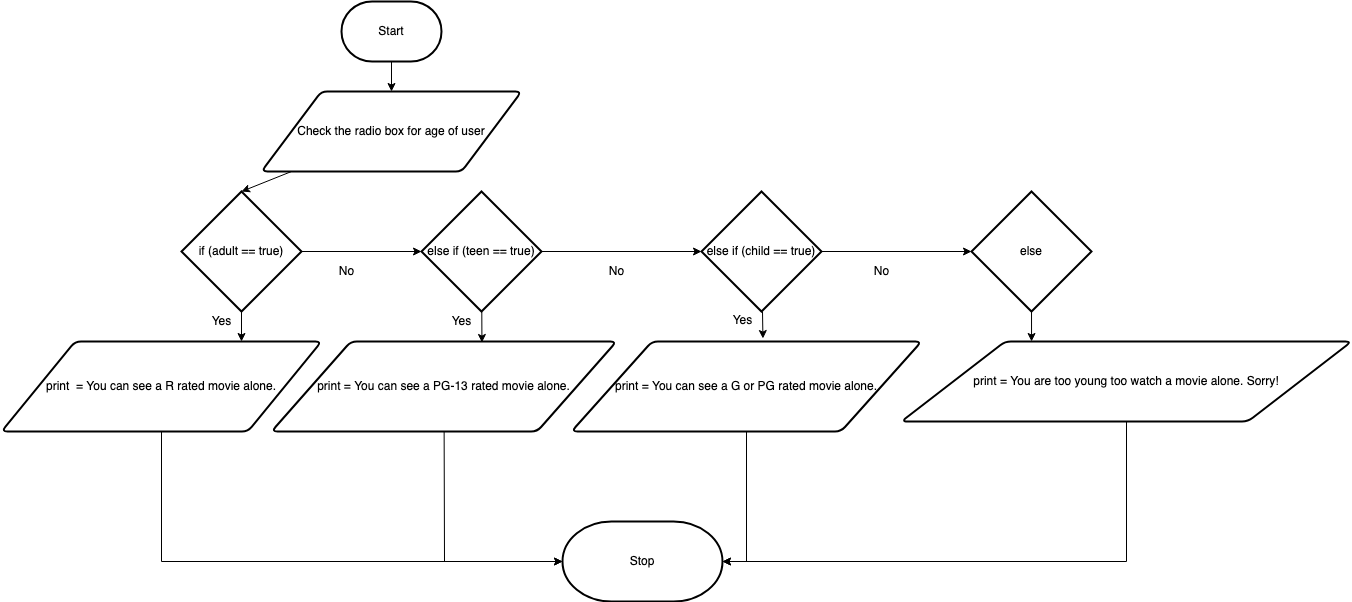
The draw.io diagram design/flow-chart.png in Kenny-Le-281/ICS2O-Unit5-03-HTML, before a commit. Source tidied: cells renumbered, new cells last; positions are measured from the earlier drawing's top-left corner, leaving out a move shared by most shapes. Its diagram source:
```xml
<mxGraphModel>
  <root>
    <mxCell id="0" />
    <mxCell id="1" parent="0" />
    <mxCell id="2" style="edgeStyle=none;html=1;" parent="1" edge="1" source="3" target="5">
      <mxGeometry relative="1" as="geometry" />
    </mxCell>
    <mxCell id="3" value="Start" style="strokeWidth=2;html=1;shape=mxgraph.flowchart.terminator;whiteSpace=wrap;" parent="1" vertex="1">
      <mxGeometry x="340" width="100" height="60" as="geometry" />
    </mxCell>
    <mxCell id="4" style="edgeStyle=none;html=1;entryX=0.5;entryY=0;entryDx=0;entryDy=0;entryPerimeter=0;" parent="1" edge="1" source="5" target="8">
      <mxGeometry relative="1" as="geometry" />
    </mxCell>
    <mxCell id="5" value="Check the radio box for age of user" style="shape=parallelogram;html=1;strokeWidth=2;perimeter=parallelogramPerimeter;whiteSpace=wrap;rounded=1;arcSize=12;size=0.23;" parent="1" vertex="1">
      <mxGeometry x="260" y="90" width="260" height="80" as="geometry" />
    </mxCell>
    <mxCell id="6" style="edgeStyle=none;html=1;entryX=0;entryY=0.5;entryDx=0;entryDy=0;entryPerimeter=0;" parent="1" edge="1" source="8" target="13">
      <mxGeometry relative="1" as="geometry" />
    </mxCell>
    <mxCell id="7" style="edgeStyle=none;html=1;entryX=0.75;entryY=0;entryDx=0;entryDy=0;" parent="1" edge="1" source="8" target="10">
      <mxGeometry relative="1" as="geometry" />
    </mxCell>
    <mxCell id="8" value="if (adult == true)" style="strokeWidth=2;html=1;shape=mxgraph.flowchart.decision;whiteSpace=wrap;" parent="1" vertex="1">
      <mxGeometry x="180" y="190" width="120" height="120" as="geometry" />
    </mxCell>
    <mxCell id="9" style="edgeStyle=none;html=1;entryX=0;entryY=0.5;entryDx=0;entryDy=0;entryPerimeter=0;rounded=0;" parent="1" edge="1" source="10" target="31">
      <mxGeometry relative="1" as="geometry">
        <Array as="points">
          <mxPoint x="160" y="560" />
        </Array>
      </mxGeometry>
    </mxCell>
    <mxCell id="10" value="print&amp;nbsp; = You can see a R rated movie alone." style="shape=parallelogram;html=1;strokeWidth=2;perimeter=parallelogramPerimeter;whiteSpace=wrap;rounded=1;arcSize=12;size=0.23;" parent="1" vertex="1">
      <mxGeometry y="340" width="320" height="90" as="geometry" />
    </mxCell>
    <mxCell id="11" style="edgeStyle=none;html=1;entryX=0.61;entryY=0.011;entryDx=0;entryDy=0;entryPerimeter=0;" parent="1" edge="1" source="13" target="15">
      <mxGeometry relative="1" as="geometry" />
    </mxCell>
    <mxCell id="12" style="edgeStyle=none;html=1;entryX=0;entryY=0.5;entryDx=0;entryDy=0;entryPerimeter=0;" parent="1" edge="1" source="13" target="18">
      <mxGeometry relative="1" as="geometry" />
    </mxCell>
    <mxCell id="13" value="else if (teen == true)" style="strokeWidth=2;html=1;shape=mxgraph.flowchart.decision;whiteSpace=wrap;" parent="1" vertex="1">
      <mxGeometry x="420" y="190" width="120" height="120" as="geometry" />
    </mxCell>
    <mxCell id="14" style="edgeStyle=none;rounded=0;html=1;entryX=0;entryY=0.5;entryDx=0;entryDy=0;entryPerimeter=0;" parent="1" edge="1" source="15" target="31">
      <mxGeometry relative="1" as="geometry">
        <Array as="points">
          <mxPoint x="443" y="560" />
        </Array>
      </mxGeometry>
    </mxCell>
    <mxCell id="15" value="print =&amp;nbsp;You can see a PG-13 rated movie alone." style="shape=parallelogram;html=1;strokeWidth=2;perimeter=parallelogramPerimeter;whiteSpace=wrap;rounded=1;arcSize=12;size=0.23;" parent="1" vertex="1">
      <mxGeometry x="270" y="340" width="345" height="90" as="geometry" />
    </mxCell>
    <mxCell id="16" style="edgeStyle=none;html=1;entryX=0.547;entryY=-0.033;entryDx=0;entryDy=0;entryPerimeter=0;" parent="1" edge="1" source="18" target="20">
      <mxGeometry relative="1" as="geometry" />
    </mxCell>
    <mxCell id="17" style="edgeStyle=none;html=1;" parent="1" edge="1" source="18" target="22">
      <mxGeometry relative="1" as="geometry" />
    </mxCell>
    <mxCell id="18" value="else if (child == true)" style="strokeWidth=2;html=1;shape=mxgraph.flowchart.decision;whiteSpace=wrap;" parent="1" vertex="1">
      <mxGeometry x="700" y="190" width="120" height="120" as="geometry" />
    </mxCell>
    <mxCell id="19" style="edgeStyle=none;rounded=0;html=1;entryX=1;entryY=0.5;entryDx=0;entryDy=0;entryPerimeter=0;" parent="1" edge="1" source="20" target="31">
      <mxGeometry relative="1" as="geometry">
        <Array as="points">
          <mxPoint x="745" y="560" />
        </Array>
      </mxGeometry>
    </mxCell>
    <mxCell id="20" value="print =&amp;nbsp;You can see a G or PG rated movie alone." style="shape=parallelogram;html=1;strokeWidth=2;perimeter=parallelogramPerimeter;whiteSpace=wrap;rounded=1;arcSize=12;size=0.23;" parent="1" vertex="1">
      <mxGeometry x="570" y="340" width="350" height="90" as="geometry" />
    </mxCell>
    <mxCell id="21" style="edgeStyle=none;html=1;entryX=0.289;entryY=0;entryDx=0;entryDy=0;entryPerimeter=0;" parent="1" edge="1" source="22" target="24">
      <mxGeometry relative="1" as="geometry" />
    </mxCell>
    <mxCell id="22" value="else" style="strokeWidth=2;html=1;shape=mxgraph.flowchart.decision;whiteSpace=wrap;" parent="1" vertex="1">
      <mxGeometry x="970" y="190" width="120" height="120" as="geometry" />
    </mxCell>
    <mxCell id="23" style="edgeStyle=none;rounded=0;html=1;entryX=1;entryY=0.5;entryDx=0;entryDy=0;entryPerimeter=0;" parent="1" edge="1" source="24" target="31">
      <mxGeometry relative="1" as="geometry">
        <Array as="points">
          <mxPoint x="1125" y="560" />
        </Array>
      </mxGeometry>
    </mxCell>
    <mxCell id="24" value="print =&amp;nbsp;You are too young too watch a movie alone. Sorry!" style="shape=parallelogram;html=1;strokeWidth=2;perimeter=parallelogramPerimeter;whiteSpace=wrap;rounded=1;arcSize=12;size=0.23;" parent="1" vertex="1">
      <mxGeometry x="900" y="340" width="450" height="80" as="geometry" />
    </mxCell>
    <mxCell id="25" value="Yes" style="text;html=1;align=center;verticalAlign=middle;fillColor=none;strokeColor=none;rounded=0;" parent="1" vertex="1">
      <mxGeometry x="721" y="309" width="40" height="20" as="geometry" />
    </mxCell>
    <mxCell id="26" value="Yes" style="text;html=1;align=center;verticalAlign=middle;fillColor=none;strokeColor=none;rounded=0;" parent="1" vertex="1">
      <mxGeometry x="200" y="310" width="40" height="20" as="geometry" />
    </mxCell>
    <mxCell id="27" value="Yes" style="text;html=1;align=center;verticalAlign=middle;fillColor=none;strokeColor=none;rounded=0;" parent="1" vertex="1">
      <mxGeometry x="440" y="310" width="40" height="20" as="geometry" />
    </mxCell>
    <mxCell id="28" value="No" style="text;html=1;align=center;verticalAlign=middle;fillColor=none;strokeColor=none;rounded=0;" parent="1" vertex="1">
      <mxGeometry x="865" y="260" width="30" height="20" as="geometry" />
    </mxCell>
    <mxCell id="29" value="No" style="text;html=1;align=center;verticalAlign=middle;fillColor=none;strokeColor=none;rounded=0;" parent="1" vertex="1">
      <mxGeometry x="600" y="260" width="30" height="20" as="geometry" />
    </mxCell>
    <mxCell id="30" value="No" style="text;html=1;align=center;verticalAlign=middle;fillColor=none;strokeColor=none;rounded=0;" parent="1" vertex="1">
      <mxGeometry x="330" y="260" width="30" height="20" as="geometry" />
    </mxCell>
    <mxCell id="31" value="Stop" style="strokeWidth=2;html=1;shape=mxgraph.flowchart.terminator;whiteSpace=wrap;" parent="1" vertex="1">
      <mxGeometry x="561" y="520" width="160" height="80" as="geometry" />
    </mxCell>
  </root>
</mxGraphModel>
```
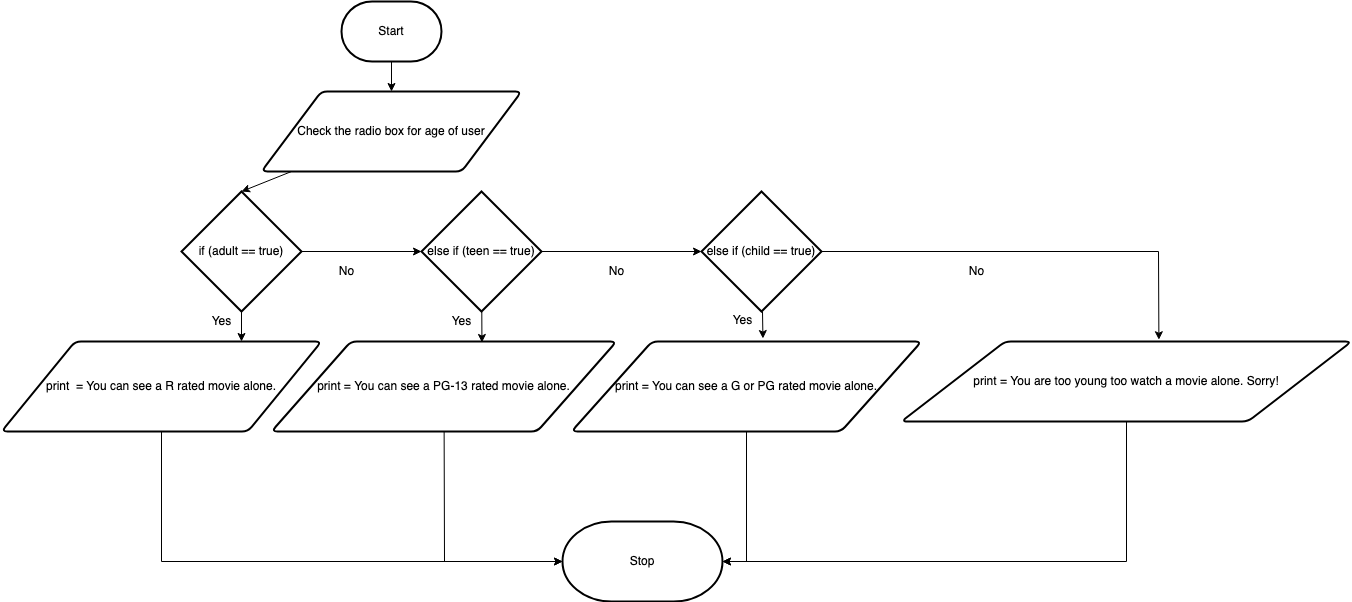
Above is the later version.

Change to the diagram source:
```diff
@@ -55,8 +55,12 @@
     <mxCell id="16" style="edgeStyle=none;html=1;entryX=0.547;entryY=-0.033;entryDx=0;entryDy=0;entryPerimeter=0;" parent="1" edge="1" source="18" target="20">
       <mxGeometry relative="1" as="geometry" />
     </mxCell>
-    <mxCell id="17" style="edgeStyle=none;html=1;" parent="1" edge="1" source="18" target="22">
-      <mxGeometry relative="1" as="geometry" />
+    <mxCell id="17" style="edgeStyle=none;html=1;entryX=0.572;entryY=-0.022;entryDx=0;entryDy=0;entryPerimeter=0;rounded=0;" parent="1" edge="1" source="18" target="24">
+      <mxGeometry relative="1" as="geometry">
+        <Array as="points">
+          <mxPoint x="1157" y="250" />
+        </Array>
+      </mxGeometry>
     </mxCell>
     <mxCell id="18" value="else if (child == true)" style="strokeWidth=2;html=1;shape=mxgraph.flowchart.decision;whiteSpace=wrap;" parent="1" vertex="1">
       <mxGeometry x="700" y="190" width="120" height="120" as="geometry" />
@@ -71,12 +75,6 @@
     <mxCell id="20" value="print =&amp;nbsp;You can see a G or PG rated movie alone." style="shape=parallelogram;html=1;strokeWidth=2;perimeter=parallelogramPerimeter;whiteSpace=wrap;rounded=1;arcSize=12;size=0.23;" parent="1" vertex="1">
       <mxGeometry x="570" y="340" width="350" height="90" as="geometry" />
     </mxCell>
-    <mxCell id="21" style="edgeStyle=none;html=1;entryX=0.289;entryY=0;entryDx=0;entryDy=0;entryPerimeter=0;" parent="1" edge="1" source="22" target="24">
-      <mxGeometry relative="1" as="geometry" />
-    </mxCell>
-    <mxCell id="22" value="else" style="strokeWidth=2;html=1;shape=mxgraph.flowchart.decision;whiteSpace=wrap;" parent="1" vertex="1">
-      <mxGeometry x="970" y="190" width="120" height="120" as="geometry" />
-    </mxCell>
     <mxCell id="23" style="edgeStyle=none;rounded=0;html=1;entryX=1;entryY=0.5;entryDx=0;entryDy=0;entryPerimeter=0;" parent="1" edge="1" source="24" target="31">
       <mxGeometry relative="1" as="geometry">
         <Array as="points">
@@ -97,7 +95,7 @@
       <mxGeometry x="440" y="310" width="40" height="20" as="geometry" />
     </mxCell>
     <mxCell id="28" value="No" style="text;html=1;align=center;verticalAlign=middle;fillColor=none;strokeColor=none;rounded=0;" parent="1" vertex="1">
-      <mxGeometry x="865" y="260" width="30" height="20" as="geometry" />
+      <mxGeometry x="960" y="260" width="30" height="20" as="geometry" />
     </mxCell>
     <mxCell id="29" value="No" style="text;html=1;align=center;verticalAlign=middle;fillColor=none;strokeColor=none;rounded=0;" parent="1" vertex="1">
       <mxGeometry x="600" y="260" width="30" height="20" as="geometry" />
```
